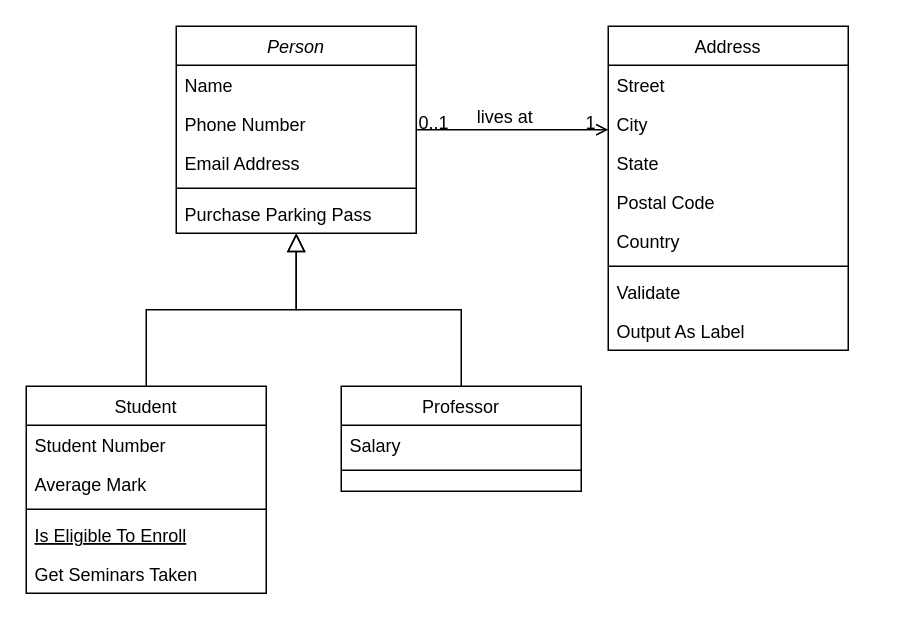
Earlier version of the draw.io diagram cajeroAutomatico.drawio (monick96/diagramasVarios). Source tidied: cells renumbered, new cells numbered last; positions are measured from the earlier drawing's top-left corner, leaving out a move shared by most shapes. Both pictures are drawn from the tidied source at 150%, with x=0, y=0 at pixel (26, 26).
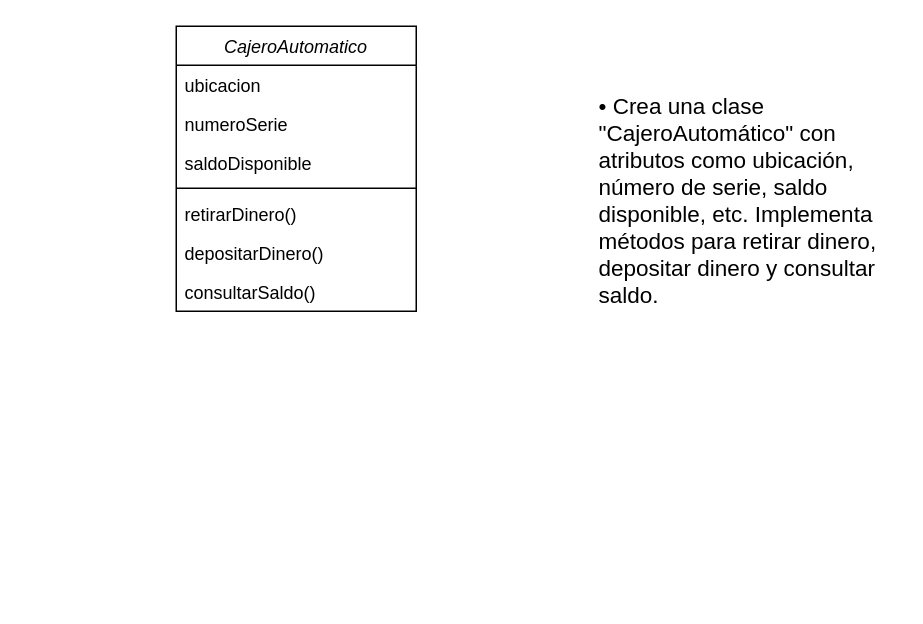
After the change.

The edit, as a diff of the source:
```diff
@@
-    <mxCell id="2" value="Person" style="swimlane;fontStyle=2;align=center;verticalAlign=top;horizontal=1;startSize=26;rounded=0;shadow=0;strokeWidth=1;" parent="1" vertex="1">
-      <mxGeometry x="100" width="160" height="138" as="geometry" />
+    <mxCell id="2" value="CajeroAutomatico" style="swimlane;fontStyle=2;align=center;verticalAlign=top;horizontal=1;startSize=26;rounded=0;shadow=0;strokeWidth=1;" parent="1" vertex="1">
+      <mxGeometry x="100" width="160" height="190" as="geometry" />
     </mxCell>
-    <mxCell id="3" value="Name" style="text;align=left;verticalAlign=top;spacingLeft=4;spacingRight=4;overflow=hidden;" parent="2" vertex="1">
+    <mxCell id="3" value="ubicacion" style="text;align=left;verticalAlign=top;spacingLeft=4;spacingRight=4;overflow=hidden;" parent="2" vertex="1">
       <mxGeometry y="26" width="160" height="26" as="geometry" />
     </mxCell>
-    <mxCell id="4" value="Phone Number" style="text;align=left;verticalAlign=top;spacingLeft=4;spacingRight=4;overflow=hidden;rounded=0;shadow=0;html=0;" parent="2" vertex="1">
+    <mxCell id="4" value="numeroSerie" style="text;align=left;verticalAlign=top;spacingLeft=4;spacingRight=4;overflow=hidden;rounded=0;shadow=0;html=0;" parent="2" vertex="1">
       <mxGeometry y="52" width="160" height="26" as="geometry" />
     </mxCell>
-    <mxCell id="5" value="Email Address" style="text;align=left;verticalAlign=top;spacingLeft=4;spacingRight=4;overflow=hidden;rounded=0;shadow=0;html=0;" parent="2" vertex="1">
+    <mxCell id="5" value="saldoDisponible" style="text;align=left;verticalAlign=top;spacingLeft=4;spacingRight=4;overflow=hidden;rounded=0;shadow=0;html=0;" parent="2" vertex="1">
       <mxGeometry y="78" width="160" height="26" as="geometry" />
     </mxCell>
@@
-    <mxCell id="7" value="Purchase Parking Pass" style="text;align=left;verticalAlign=top;spacingLeft=4;spacingRight=4;overflow=hidden;" parent="2" vertex="1">
+    <mxCell id="7" value="retirarDinero()" style="text;align=left;verticalAlign=top;spacingLeft=4;spacingRight=4;overflow=hidden;" parent="2" vertex="1">
       <mxGeometry y="112" width="160" height="26" as="geometry" />
     </mxCell>
-    <mxCell id="8" value="Student" style="swimlane;fontStyle=0;align=center;verticalAlign=top;horizontal=1;startSize=26;rounded=0;shadow=0;strokeWidth=1;" parent="1" vertex="1">
-      <mxGeometry y="240" width="160" height="138" as="geometry" />
-    </mxCell>
-    <mxCell id="9" value="Student Number" style="text;align=left;verticalAlign=top;spacingLeft=4;spacingRight=4;overflow=hidden;" parent="8" vertex="1">
-      <mxGeometry y="26" width="160" height="26" as="geometry" />
-    </mxCell>
-    <mxCell id="10" value="Average Mark" style="text;align=left;verticalAlign=top;spacingLeft=4;spacingRight=4;overflow=hidden;rounded=0;shadow=0;html=0;" parent="8" vertex="1">
-      <mxGeometry y="52" width="160" height="26" as="geometry" />
-    </mxCell>
-    <mxCell id="11" style="line;html=1;strokeWidth=1;align=left;verticalAlign=middle;spacingTop=-1;spacingLeft=3;spacingRight=3;labelPosition=right;" parent="8" vertex="1">
-      <mxGeometry y="78" width="160" height="8" as="geometry" />
-    </mxCell>
-    <mxCell id="12" value="Is Eligible To Enroll" style="text;align=left;verticalAlign=top;spacingLeft=4;spacingRight=4;overflow=hidden;fontStyle=4;" parent="8" vertex="1">
-      <mxGeometry y="86" width="160" height="26" as="geometry" />
-    </mxCell>
-    <mxCell id="13" value="Get Seminars Taken" style="text;align=left;verticalAlign=top;spacingLeft=4;spacingRight=4;overflow=hidden;" parent="8" vertex="1">
-      <mxGeometry y="112" width="160" height="26" as="geometry" />
-    </mxCell>
-    <mxCell id="14" style="endArrow=block;endSize=10;endFill=0;shadow=0;strokeWidth=1;rounded=0;curved=0;edgeStyle=elbowEdgeStyle;elbow=vertical;" parent="1" edge="1" source="8" target="2">
-      <mxGeometry relative="1" as="geometry" />
-    </mxCell>
-    <mxCell id="15" value="Professor" style="swimlane;fontStyle=0;align=center;verticalAlign=top;horizontal=1;startSize=26;rounded=0;shadow=0;strokeWidth=1;" parent="1" vertex="1">
-      <mxGeometry x="210" y="240" width="160" height="70" as="geometry" />
-    </mxCell>
-    <mxCell id="16" value="Salary" style="text;align=left;verticalAlign=top;spacingLeft=4;spacingRight=4;overflow=hidden;" parent="15" vertex="1">
-      <mxGeometry y="26" width="160" height="26" as="geometry" />
-    </mxCell>
-    <mxCell id="17" style="line;html=1;strokeWidth=1;align=left;verticalAlign=middle;spacingTop=-1;spacingLeft=3;spacingRight=3;labelPosition=right;" parent="15" vertex="1">
-      <mxGeometry y="52" width="160" height="8" as="geometry" />
-    </mxCell>
-    <mxCell id="18" style="endArrow=block;endSize=10;endFill=0;shadow=0;strokeWidth=1;rounded=0;curved=0;edgeStyle=elbowEdgeStyle;elbow=vertical;" parent="1" edge="1" source="15" target="2">
-      <mxGeometry relative="1" as="geometry" />
-    </mxCell>
-    <mxCell id="19" value="Address" style="swimlane;fontStyle=0;align=center;verticalAlign=top;horizontal=1;startSize=26;rounded=0;shadow=0;strokeWidth=1;" parent="1" vertex="1">
-      <mxGeometry x="388" width="160" height="216" as="geometry" />
-    </mxCell>
-    <mxCell id="20" value="Street" style="text;align=left;verticalAlign=top;spacingLeft=4;spacingRight=4;overflow=hidden;" parent="19" vertex="1">
-      <mxGeometry y="26" width="160" height="26" as="geometry" />
-    </mxCell>
-    <mxCell id="21" value="City" style="text;align=left;verticalAlign=top;spacingLeft=4;spacingRight=4;overflow=hidden;rounded=0;shadow=0;html=0;" parent="19" vertex="1">
-      <mxGeometry y="52" width="160" height="26" as="geometry" />
-    </mxCell>
-    <mxCell id="22" value="State" style="text;align=left;verticalAlign=top;spacingLeft=4;spacingRight=4;overflow=hidden;rounded=0;shadow=0;html=0;" parent="19" vertex="1">
-      <mxGeometry y="78" width="160" height="26" as="geometry" />
-    </mxCell>
-    <mxCell id="23" value="Postal Code" style="text;align=left;verticalAlign=top;spacingLeft=4;spacingRight=4;overflow=hidden;rounded=0;shadow=0;html=0;" parent="19" vertex="1">
-      <mxGeometry y="104" width="160" height="26" as="geometry" />
-    </mxCell>
-    <mxCell id="24" value="Country" style="text;align=left;verticalAlign=top;spacingLeft=4;spacingRight=4;overflow=hidden;rounded=0;shadow=0;html=0;" parent="19" vertex="1">
-      <mxGeometry y="130" width="160" height="26" as="geometry" />
-    </mxCell>
-    <mxCell id="25" style="line;html=1;strokeWidth=1;align=left;verticalAlign=middle;spacingTop=-1;spacingLeft=3;spacingRight=3;labelPosition=right;" parent="19" vertex="1">
-      <mxGeometry y="156" width="160" height="8" as="geometry" />
-    </mxCell>
-    <mxCell id="26" value="Validate" style="text;align=left;verticalAlign=top;spacingLeft=4;spacingRight=4;overflow=hidden;" parent="19" vertex="1">
-      <mxGeometry y="164" width="160" height="26" as="geometry" />
-    </mxCell>
-    <mxCell id="27" value="Output As Label" style="text;align=left;verticalAlign=top;spacingLeft=4;spacingRight=4;overflow=hidden;" parent="19" vertex="1">
-      <mxGeometry y="190" width="160" height="26" as="geometry" />
-    </mxCell>
-    <mxCell id="28" style="endArrow=open;shadow=0;strokeWidth=1;rounded=0;curved=0;endFill=1;edgeStyle=elbowEdgeStyle;elbow=vertical;" parent="1" edge="1" source="2" target="19">
-      <mxGeometry x="0.5" y="41" relative="1" as="geometry">
-        <mxPoint x="-40" y="32" as="offset" />
-      </mxGeometry>
-    </mxCell>
-    <mxCell id="29" value="0..1" style="align=left;verticalAlign=bottom;labelBackgroundColor=none;fontSize=12;" parent="28" vertex="1">
-      <mxGeometry x="-1" relative="1" as="geometry">
-        <mxPoint y="4" as="offset" />
-      </mxGeometry>
-    </mxCell>
-    <mxCell id="30" value="1" style="align=right;verticalAlign=bottom;labelBackgroundColor=none;fontSize=12;" parent="28" vertex="1">
-      <mxGeometry x="1" relative="1" as="geometry">
-        <mxPoint x="-7" y="4" as="offset" />
-      </mxGeometry>
-    </mxCell>
-    <mxCell id="31" value="lives at" style="text;html=1;align=center;verticalAlign=middle;labelBackgroundColor=none;rounded=0;shadow=0;strokeWidth=1;fontSize=12;" parent="28" vertex="1">
-      <mxGeometry x="0.5" y="49" relative="1" as="geometry">
-        <mxPoint x="-38" y="40" as="offset" />
-      </mxGeometry>
-    </mxCell>
+    <mxCell id="32" value="depositarDinero()" style="text;align=left;verticalAlign=top;spacingLeft=4;spacingRight=4;overflow=hidden;" parent="2" vertex="1">
+      <mxGeometry y="138" width="160" height="26" as="geometry" />
+    </mxCell>
+    <mxCell id="33" value="consultarSaldo()" style="text;align=left;verticalAlign=top;spacingLeft=4;spacingRight=4;overflow=hidden;" parent="2" vertex="1">
+      <mxGeometry y="164" width="160" height="26" as="geometry" />
+    </mxCell>
+    <mxCell id="34" value="&lt;font style=&quot;font-size: 15px;&quot;&gt;&lt;font style=&quot;font-size: 15px;&quot;&gt;• Crea una clase &quot;CajeroAutomático&quot; con atributos como ubicación, número de serie, saldo&lt;br&gt;&lt;/font&gt;disponible, etc. Implementa métodos para retirar dinero, depositar dinero y consultar saldo.&lt;/font&gt;" style="text;whiteSpace=wrap;html=1;" parent="1" vertex="1">
+      <mxGeometry x="380" y="38" width="200" height="130" as="geometry" />
+    </mxCell>
```
